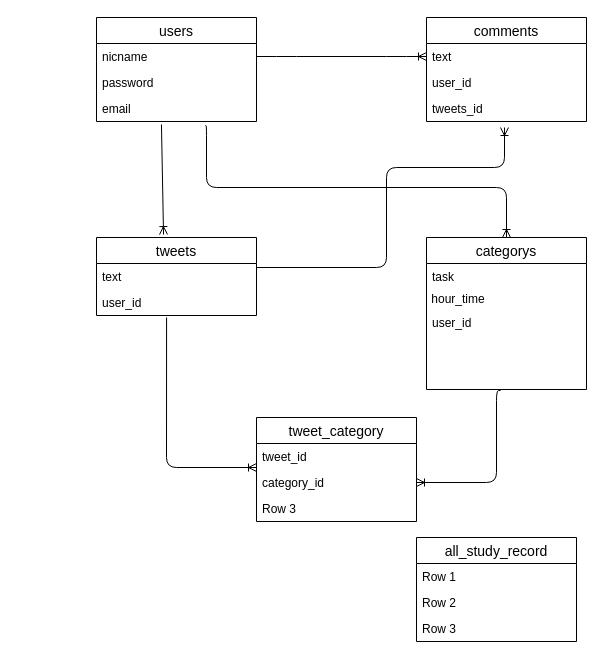
The draw.io diagram ER.drawio in seiichikick0404/futures, before the edit. Source tidied: cells renumbered, new cells numbered last; positions are measured from the earlier drawing's top-left corner, leaving out a move shared by most shapes. Both pictures are drawn from the tidied source at 100%, with x=0, y=0 at pixel (96, 17).
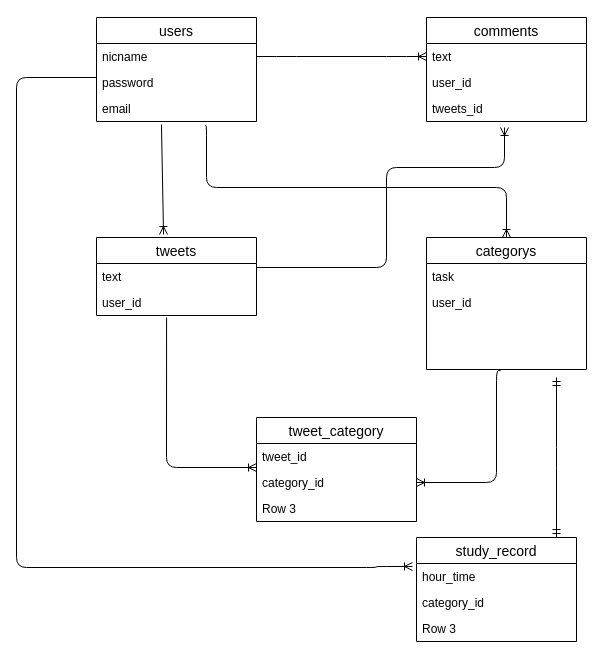
After the change.

Diff of the diagram source:
```diff
@@
     <mxCell id="13" value="categorys" style="swimlane;fontStyle=0;horizontal=1;startSize=26;align=center;fontSize=14;" parent="1" vertex="1">
-      <mxGeometry x="330" y="220" width="160" height="152" as="geometry" />
+      <mxGeometry x="330" y="220" width="160" height="132" as="geometry" />
     </mxCell>
@@
-    <mxCell id="15" value="&amp;nbsp;hour_time" style="text;html=1;strokeColor=none;fillColor=none;align=left;verticalAlign=middle;whiteSpace=wrap;rounded=0;" parent="13" vertex="1">
-      <mxGeometry y="52" width="160" height="20" as="geometry" />
-    </mxCell>
     <mxCell id="16" value="user_id" style="text;strokeColor=none;fillColor=none;spacingLeft=4;spacingRight=4;overflow=hidden;points=[[0,0.5],[1,0.5]];portConstraint=eastwest;fontSize=12;" parent="13" vertex="1">
-      <mxGeometry y="72" width="160" height="80" as="geometry" />
+      <mxGeometry y="52" width="160" height="80" as="geometry" />
     </mxCell>
@@
-    <mxCell id="26" value="all_study_record" style="swimlane;fontStyle=0;horizontal=1;startSize=26;align=center;fontSize=14;" parent="1" vertex="1">
+    <mxCell id="26" value="study_record" style="swimlane;fontStyle=0;horizontal=1;startSize=26;align=center;fontSize=14;" parent="1" vertex="1">
       <mxGeometry x="320" y="520" width="160" height="104" as="geometry" />
     </mxCell>
-    <mxCell id="27" value="Row 1" style="text;strokeColor=none;fillColor=none;spacingLeft=4;spacingRight=4;overflow=hidden;points=[[0,0.5],[1,0.5]];portConstraint=eastwest;fontSize=12;" parent="26" vertex="1">
+    <mxCell id="27" value="hour_time" style="text;strokeColor=none;fillColor=none;spacingLeft=4;spacingRight=4;overflow=hidden;points=[[0,0.5],[1,0.5]];portConstraint=eastwest;fontSize=12;" parent="26" vertex="1">
       <mxGeometry y="26" width="160" height="26" as="geometry" />
     </mxCell>
-    <mxCell id="28" value="Row 2" style="text;strokeColor=none;fillColor=none;spacingLeft=4;spacingRight=4;overflow=hidden;fontSize=12;" parent="26" vertex="1">
+    <mxCell id="28" value="category_id" style="text;strokeColor=none;fillColor=none;spacingLeft=4;spacingRight=4;overflow=hidden;fontSize=12;" parent="26" vertex="1">
       <mxGeometry y="52" width="160" height="26" as="geometry" />
     </mxCell>
@@
+    <mxCell id="31" style="edgeStyle=elbowEdgeStyle;fontSize=12;html=1;endArrow=ERmandOne;startArrow=ERmandOne;" parent="1" edge="1">
+      <mxGeometry relative="1" as="geometry">
+        <mxPoint x="460" y="520" as="sourcePoint" />
+        <mxPoint x="460" y="360" as="targetPoint" />
+      </mxGeometry>
+    </mxCell>
+    <mxCell id="32" style="fontSize=12;html=1;endArrow=ERoneToMany;edgeStyle=orthogonalEdgeStyle;elbow=vertical;entryX=-0.025;entryY=0.115;entryDx=0;entryDy=0;entryPerimeter=0;" parent="1" edge="1" target="27">
+      <mxGeometry relative="1" as="geometry">
+        <mxPoint y="60" as="sourcePoint" />
+        <Array as="points">
+          <mxPoint x="-80" y="60" />
+          <mxPoint x="-80" y="550" />
+          <mxPoint x="280" y="550" />
+          <mxPoint x="280" y="549" />
+        </Array>
+      </mxGeometry>
+    </mxCell>
```
